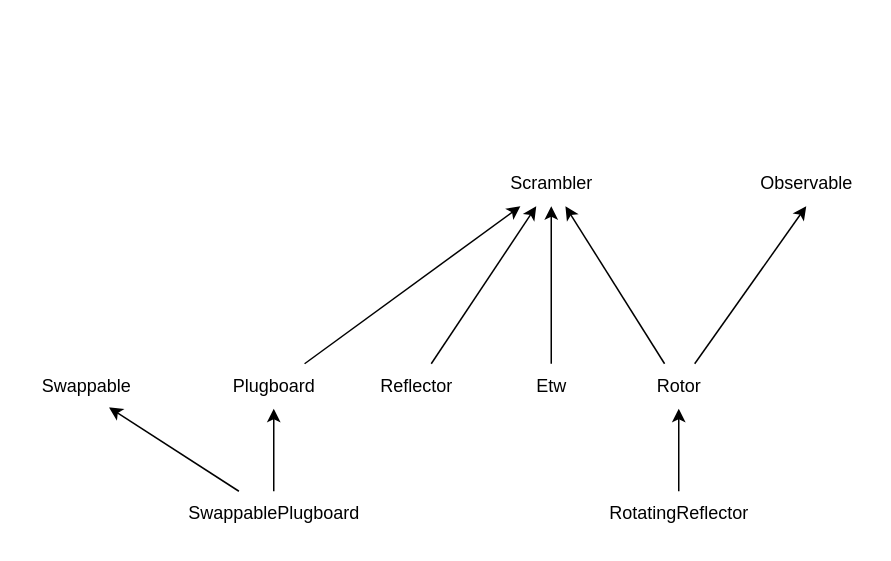
Before: page "Page-2" (2 of 2) of diagrams/rotors.drawio in denismaggior8/enigma-python, a draw.io diagram. Source tidied: cells renumbered, new cells numbered last; positions are measured from the earlier drawing's top-left corner, leaving out a move shared by most shapes. Both pictures are drawn from the tidied source at 150%, with x=0, y=0 at pixel (26, 160).
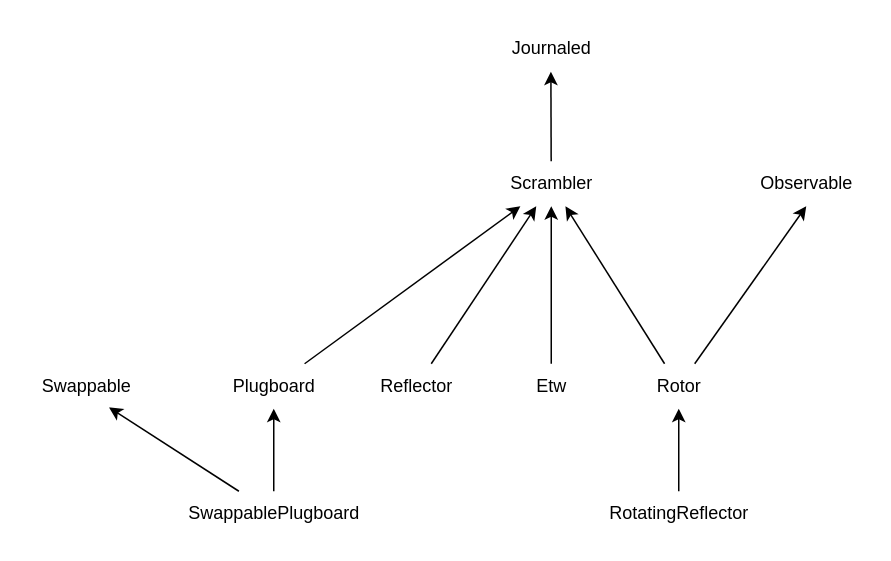
The same page after the edit.

The change refers to these unchanged cells:
```xml
<mxCell id="9" value="Scrambler" style="text;html=1;align=center;verticalAlign=middle;points=[];strokeColor=none;fillColor=none;" parent="1" vertex="1">
  <mxGeometry x="310" width="80" height="30" as="geometry" />
</mxCell>
```

The edit, as a diff of the source:
```diff
@@
+    <mxCell id="19" style="edgeStyle=none;rounded=0;jettySize=auto;html=1;entryX=0.497;entryY=1.011;entryDx=0;entryDy=0;entryPerimeter=0;" parent="1" edge="1" source="9" target="20">
+      <mxGeometry relative="1" as="geometry" />
+    </mxCell>
@@
+    <mxCell id="20" value="Journaled" style="text;html=1;align=center;verticalAlign=middle;points=[];strokeColor=none;fillColor=none;" parent="1" vertex="1">
+      <mxGeometry x="310" y="-90" width="80" height="30" as="geometry" />
+    </mxCell>
```
